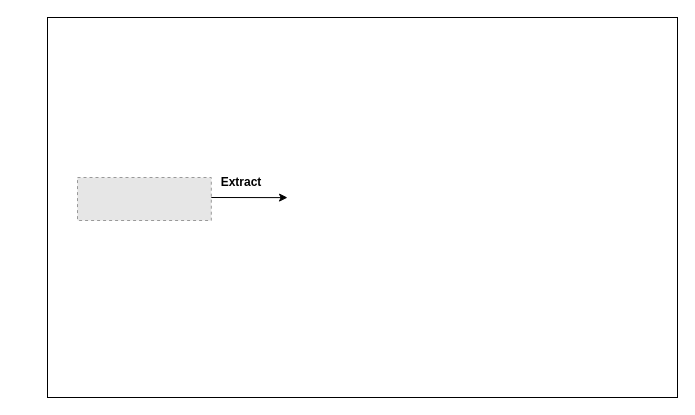
Above: diagram.drawio in niaulans/ny-taxi-etl (draw.io), before the change. Source tidied: cells renumbered, new cells numbered last; positions are measured from the earlier drawing's top-left corner, leaving out a move shared by most shapes. Both pictures are drawn from the tidied source at 100%, with x=0, y=0 at pixel (47, 17). Pictures stored in the file or linked from it are replaced by grey dashed boxes.
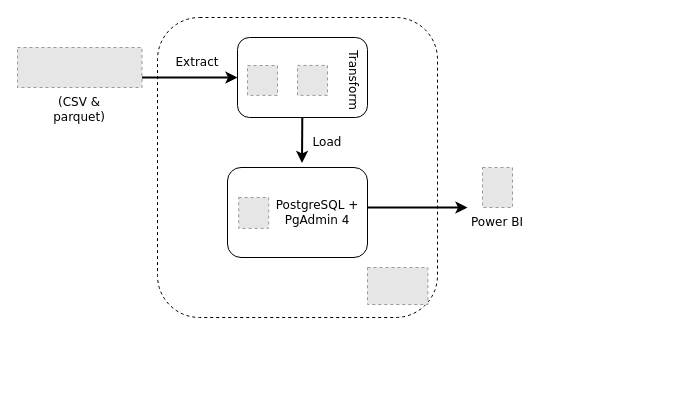
Above is the later version.

The edit, as a diff of the source:
```diff
@@
-    <mxCell id="2" style="rounded=0;whiteSpace=wrap;html=1;" parent="1" vertex="1">
-      <mxGeometry width="630" height="380" as="geometry" />
-    </mxCell>
-    <mxCell id="3" style="fillColor=#E6E6E6;strokeColor=#999999;dashed=1;verticalLabelPosition=bottom;labelBackgroundColor=default;verticalAlign=top;" parent="1" vertex="1">
-      <mxGeometry x="30" y="160" width="133.8" height="43" as="geometry" />
-    </mxCell>
-    <mxCell id="4" style="endArrow=classic;html=1;rounded=0;entryX=0.381;entryY=0.474;entryDx=0;entryDy=0;entryPerimeter=0;" parent="1" edge="1" target="2">
-      <mxGeometry relative="1" as="geometry">
-        <mxPoint x="163.8" y="180" as="sourcePoint" />
-      </mxGeometry>
-    </mxCell>
+    <mxCell id="6" style="rounded=1;whiteSpace=wrap;html=1;dashed=1;" parent="1" vertex="1">
+      <mxGeometry x="110" width="280" height="300" as="geometry" />
+    </mxCell>
+    <mxCell id="7" style="endArrow=classic;html=1;rounded=0;strokeWidth=2;" parent="1" edge="1">
+      <mxGeometry relative="1" as="geometry">
+        <mxPoint x="320" y="190" as="sourcePoint" />
+        <mxPoint x="420" y="190" as="targetPoint" />
+      </mxGeometry>
+    </mxCell>
+    <mxCell id="8" style="group;" parent="1" vertex="1">
+      <mxGeometry x="120" y="20" width="210" height="220" as="geometry" />
+    </mxCell>
+    <mxCell id="9" style="endArrow=classic;html=1;rounded=0;strokeWidth=2;exitX=1;exitY=0.75;exitDx=0;exitDy=0;" parent="8" edge="1" source="24">
+      <mxGeometry relative="1" as="geometry">
+        <mxPoint x="70" y="40" as="targetPoint" />
+      </mxGeometry>
+    </mxCell>
-    <mxCell id="5" value="&lt;b&gt;Extract&lt;/b&gt;" style="text;html=1;align=center;verticalAlign=middle;whiteSpace=wrap;rounded=0;" parent="1" vertex="1">
-      <mxGeometry x="163.8" y="150" width="60" height="30" as="geometry" />
+    <mxCell id="5" value="&lt;font style=&quot;&quot; face=&quot;Verdana&quot;&gt;Extract&lt;/font&gt;" style="text;html=1;align=center;verticalAlign=middle;whiteSpace=wrap;rounded=0;" parent="8" vertex="1">
+      <mxGeometry y="10" width="60" height="30" as="geometry" />
     </mxCell>
+    <mxCell id="10" style="endArrow=classic;html=1;rounded=0;strokeWidth=2;" parent="8" edge="1">
+      <mxGeometry relative="1" as="geometry">
+        <mxPoint x="134.8" y="80" as="sourcePoint" />
+        <mxPoint x="134.5" y="125.5" as="targetPoint" />
+      </mxGeometry>
+    </mxCell>
+    <mxCell id="11" value="&lt;font face=&quot;Verdana&quot;&gt;Load&lt;/font&gt;" style="text;html=1;align=center;verticalAlign=middle;whiteSpace=wrap;rounded=0;" parent="8" vertex="1">
+      <mxGeometry x="130" y="90" width="60" height="30" as="geometry" />
+    </mxCell>
+    <mxCell id="12" style="group;" parent="8" vertex="1">
+      <mxGeometry x="70" width="130" height="80" as="geometry" />
+    </mxCell>
+    <mxCell id="13" style="rounded=1;whiteSpace=wrap;html=1;" parent="12" vertex="1">
+      <mxGeometry width="130" height="80" as="geometry" />
+    </mxCell>
+    <mxCell id="14" style="fillColor=#E6E6E6;strokeColor=#999999;dashed=1;verticalLabelPosition=bottom;labelBackgroundColor=default;verticalAlign=top;" parent="12" vertex="1">
+      <mxGeometry x="10" y="28" width="30" height="29.9" as="geometry" />
+    </mxCell>
+    <mxCell id="15" style="fillColor=#E6E6E6;strokeColor=#999999;dashed=1;verticalLabelPosition=bottom;labelBackgroundColor=default;verticalAlign=top;" parent="12" vertex="1">
+      <mxGeometry x="60" y="27.9" width="30" height="30" as="geometry" />
+    </mxCell>
+    <mxCell id="16" value="&lt;font face=&quot;Verdana&quot;&gt;Transform&lt;/font&gt;" style="text;html=1;align=center;verticalAlign=middle;whiteSpace=wrap;rounded=0;rotation=90;flipH=0;" parent="12" vertex="1">
+      <mxGeometry x="93" y="33" width="45" height="20" as="geometry" />
+    </mxCell>
+    <mxCell id="17" style="rounded=1;whiteSpace=wrap;html=1;" parent="8" vertex="1">
+      <mxGeometry x="60" y="130" width="140" height="90" as="geometry" />
+    </mxCell>
+    <mxCell id="18" style="fillColor=#E6E6E6;strokeColor=#999999;dashed=1;verticalLabelPosition=bottom;labelBackgroundColor=default;verticalAlign=top;" parent="8" vertex="1">
+      <mxGeometry x="71.2" y="160" width="30" height="30.9" as="geometry" />
+    </mxCell>
+    <mxCell id="19" value="&lt;font face=&quot;Verdana&quot;&gt;PostgreSQL + PgAdmin 4&lt;/font&gt;" style="text;html=1;align=center;verticalAlign=middle;whiteSpace=wrap;rounded=0;" parent="8" vertex="1">
+      <mxGeometry x="90" y="145" width="120" height="60" as="geometry" />
+    </mxCell>
+    <mxCell id="20" style="group;" parent="1" vertex="1">
+      <mxGeometry x="420" y="150" width="60" height="70" as="geometry" />
+    </mxCell>
+    <mxCell id="21" style="fillColor=#E6E6E6;strokeColor=#999999;dashed=1;verticalLabelPosition=bottom;labelBackgroundColor=default;verticalAlign=top;" parent="20" vertex="1">
+      <mxGeometry x="15" width="30" height="40" as="geometry" />
+    </mxCell>
+    <mxCell id="22" value="&lt;font face=&quot;Verdana&quot;&gt;Power BI&lt;/font&gt;" style="text;html=1;align=center;verticalAlign=middle;whiteSpace=wrap;rounded=0;" parent="20" vertex="1">
+      <mxGeometry y="40" width="60" height="30" as="geometry" />
+    </mxCell>
+    <mxCell id="23" style="group;" parent="1" vertex="1">
+      <mxGeometry x="-30" y="30" width="124.5" height="77.2" as="geometry" />
+    </mxCell>
+    <mxCell id="24" style="fillColor=#E6E6E6;strokeColor=#999999;dashed=1;verticalLabelPosition=bottom;labelBackgroundColor=default;verticalAlign=top;" parent="23" vertex="1">
+      <mxGeometry width="124.5" height="40" as="geometry" />
+    </mxCell>
+    <mxCell id="25" value="&lt;font face=&quot;Verdana&quot;&gt;(CSV &amp;amp; parquet)&lt;/font&gt;" style="text;html=1;align=center;verticalAlign=middle;whiteSpace=wrap;rounded=0;" parent="23" vertex="1">
+      <mxGeometry x="32.2" y="47.2" width="60" height="30" as="geometry" />
+    </mxCell>
+    <mxCell id="26" style="fillColor=#E6E6E6;strokeColor=#999999;dashed=1;verticalLabelPosition=bottom;labelBackgroundColor=default;verticalAlign=top;" parent="1" vertex="1">
+      <mxGeometry x="320" y="250" width="60.4" height="37" as="geometry" />
+    </mxCell>
```
